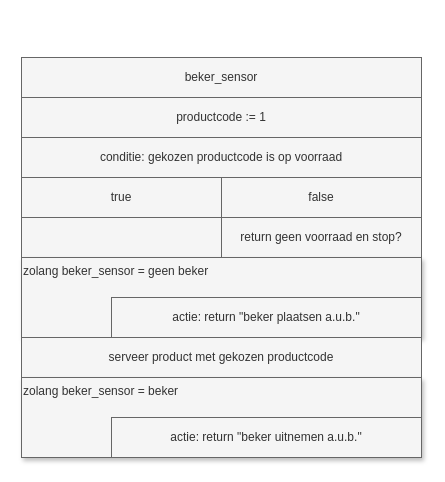
This is psd/PSD opdracht 4 (#8).drawio from BennoBalter/educom-essentials, a draw.io file, before an edit. Source tidied: cells renumbered, new cells numbered last; positions are measured from the earlier drawing's top-left corner, leaving out a move shared by most shapes. Both pictures are drawn from the tidied source at 100%, with x=0, y=0 at pixel (21, 57).
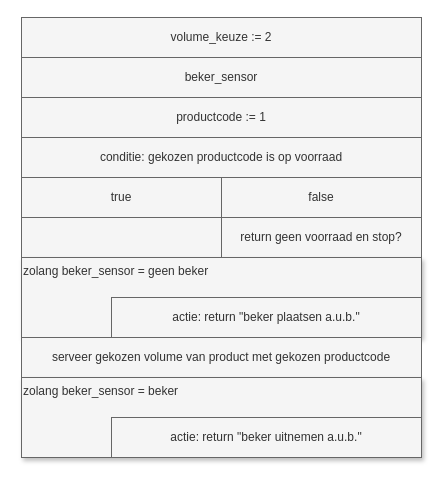
After the change.

Commit message:
PSD opdracht 4 (#8)

Change to the diagram source:
```diff
@@
 <mxGraphModel>
   <root>
     <mxCell id="0" />
     <mxCell id="1" parent="0" />
     <mxCell id="2" value="productcode := 1" style="html=1;shadow=0;whiteSpace=wrap;labelPosition=center;verticalLabelPosition=middle;align=center;verticalAlign=middle;fillColor=#f5f5f5;fontColor=#333333;strokeColor=#666666;" parent="1" vertex="1">
       <mxGeometry y="40" width="400" height="40" as="geometry" />
     </mxCell>
     <mxCell id="3" value="conditie: gekozen productcode is op voorraad" style="html=1;shadow=0;whiteSpace=wrap;labelPosition=center;verticalLabelPosition=middle;align=center;verticalAlign=middle;fillColor=#f5f5f5;fontColor=#333333;strokeColor=#666666;" parent="1" vertex="1">
       <mxGeometry y="80" width="400" height="40" as="geometry" />
     </mxCell>
     <mxCell id="4" value="return geen voorraad en stop?" style="whiteSpace=wrap;html=1;shadow=0;fillColor=#f5f5f5;fontColor=#333333;strokeColor=#666666;" parent="1" vertex="1">
       <mxGeometry x="200" y="160" width="200" height="40" as="geometry" />
     </mxCell>
     <mxCell id="5" style="whiteSpace=wrap;html=1;shadow=0;fillColor=#f5f5f5;fontColor=#333333;strokeColor=#666666;" parent="1" vertex="1">
       <mxGeometry y="160" width="200" height="40" as="geometry" />
     </mxCell>
     <mxCell id="6" value="false" style="whiteSpace=wrap;html=1;shadow=0;fillColor=#f5f5f5;fontColor=#333333;strokeColor=#666666;" parent="1" vertex="1">
       <mxGeometry x="200" y="120" width="200" height="40" as="geometry" />
     </mxCell>
     <mxCell id="7" value="true" style="whiteSpace=wrap;html=1;shadow=0;fillColor=#f5f5f5;fontColor=#333333;strokeColor=#666666;" parent="1" vertex="1">
       <mxGeometry y="120" width="200" height="40" as="geometry" />
     </mxCell>
     <mxCell id="8" value="zolang beker_sensor = geen beker" style="html=1;shadow=1;whiteSpace=wrap;labelPosition=center;verticalLabelPosition=middle;align=left;verticalAlign=top;fillColor=#f5f5f5;fontColor=#333333;strokeColor=#666666;" parent="1" vertex="1">
       <mxGeometry y="200" width="400" height="80" as="geometry" />
     </mxCell>
     <mxCell id="9" value="actie: return &quot;beker plaatsen a.u.b.&quot;" style="whiteSpace=wrap;html=1;shadow=0;fillColor=#f5f5f5;fontColor=#333333;strokeColor=#666666;" parent="1" vertex="1">
       <mxGeometry x="90" y="240" width="310" height="40" as="geometry" />
     </mxCell>
-    <mxCell id="10" value="serveer product met gekozen productcode" style="html=1;shadow=0;whiteSpace=wrap;labelPosition=center;verticalLabelPosition=middle;align=center;verticalAlign=middle;fillColor=#f5f5f5;fontColor=#333333;strokeColor=#666666;" parent="1" vertex="1">
+    <mxCell id="10" value="serveer gekozen volume van product met gekozen productcode" style="html=1;shadow=0;whiteSpace=wrap;labelPosition=center;verticalLabelPosition=middle;align=center;verticalAlign=middle;fillColor=#f5f5f5;fontColor=#333333;strokeColor=#666666;" parent="1" vertex="1">
       <mxGeometry y="280" width="400" height="40" as="geometry" />
     </mxCell>
     <mxCell id="11" value="zolang beker_sensor = beker" style="html=1;shadow=1;whiteSpace=wrap;labelPosition=center;verticalLabelPosition=middle;align=left;verticalAlign=top;fillColor=#f5f5f5;fontColor=#333333;strokeColor=#666666;" parent="1" vertex="1">
       <mxGeometry y="320" width="400" height="80" as="geometry" />
     </mxCell>
     <mxCell id="12" value="actie: return &quot;beker uitnemen a.u.b.&quot;" style="whiteSpace=wrap;html=1;shadow=0;fillColor=#f5f5f5;fontColor=#333333;strokeColor=#666666;" parent="1" vertex="1">
       <mxGeometry x="90" y="360" width="310" height="40" as="geometry" />
     </mxCell>
     <mxCell id="13" value="beker_sensor" style="html=1;shadow=0;whiteSpace=wrap;labelPosition=center;verticalLabelPosition=middle;align=center;verticalAlign=middle;fillColor=#f5f5f5;fontColor=#333333;strokeColor=#666666;" parent="1" vertex="1">
       <mxGeometry width="400" height="40" as="geometry" />
     </mxCell>
+    <mxCell id="14" value="volume_keuze := 2" style="html=1;shadow=0;whiteSpace=wrap;labelPosition=center;verticalLabelPosition=middle;align=center;verticalAlign=middle;fillColor=#f5f5f5;fontColor=#333333;strokeColor=#666666;" parent="1" vertex="1">
+      <mxGeometry y="-40" width="400" height="40" as="geometry" />
+    </mxCell>
   </root>
 </mxGraphModel>
```
